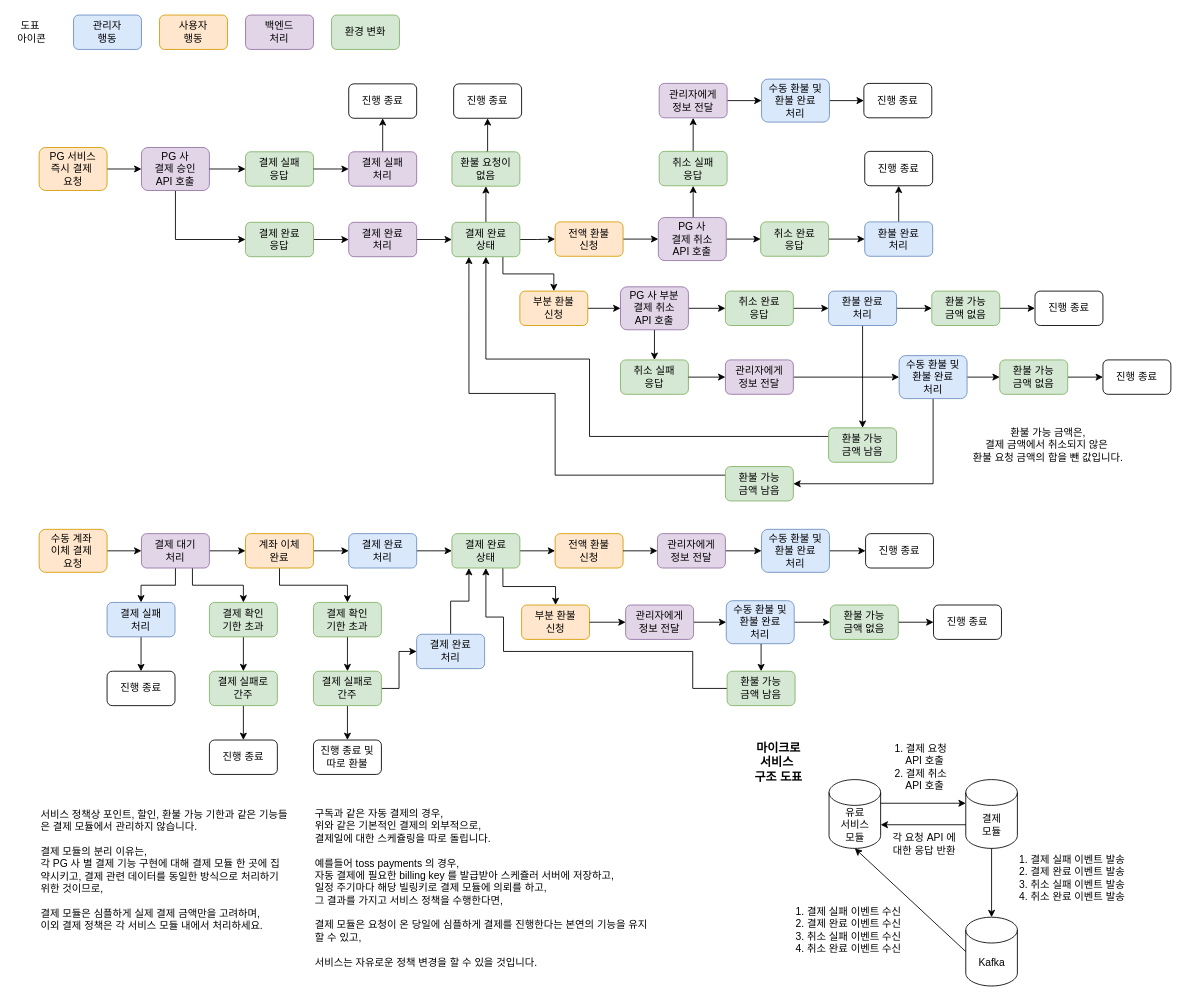
Earlier version of the draw.io diagram module-payment/external_files/blue_print/payment.drawio (RaillyLinker/Kotlin_SpringbootMvc_Template). Source tidied: cells renumbered, new cells numbered last; positions are measured from the earlier drawing's top-left corner, leaving out a move shared by most shapes. Both pictures are drawn from the tidied source at 86%, with x=0, y=0 at pixel (15, 15).
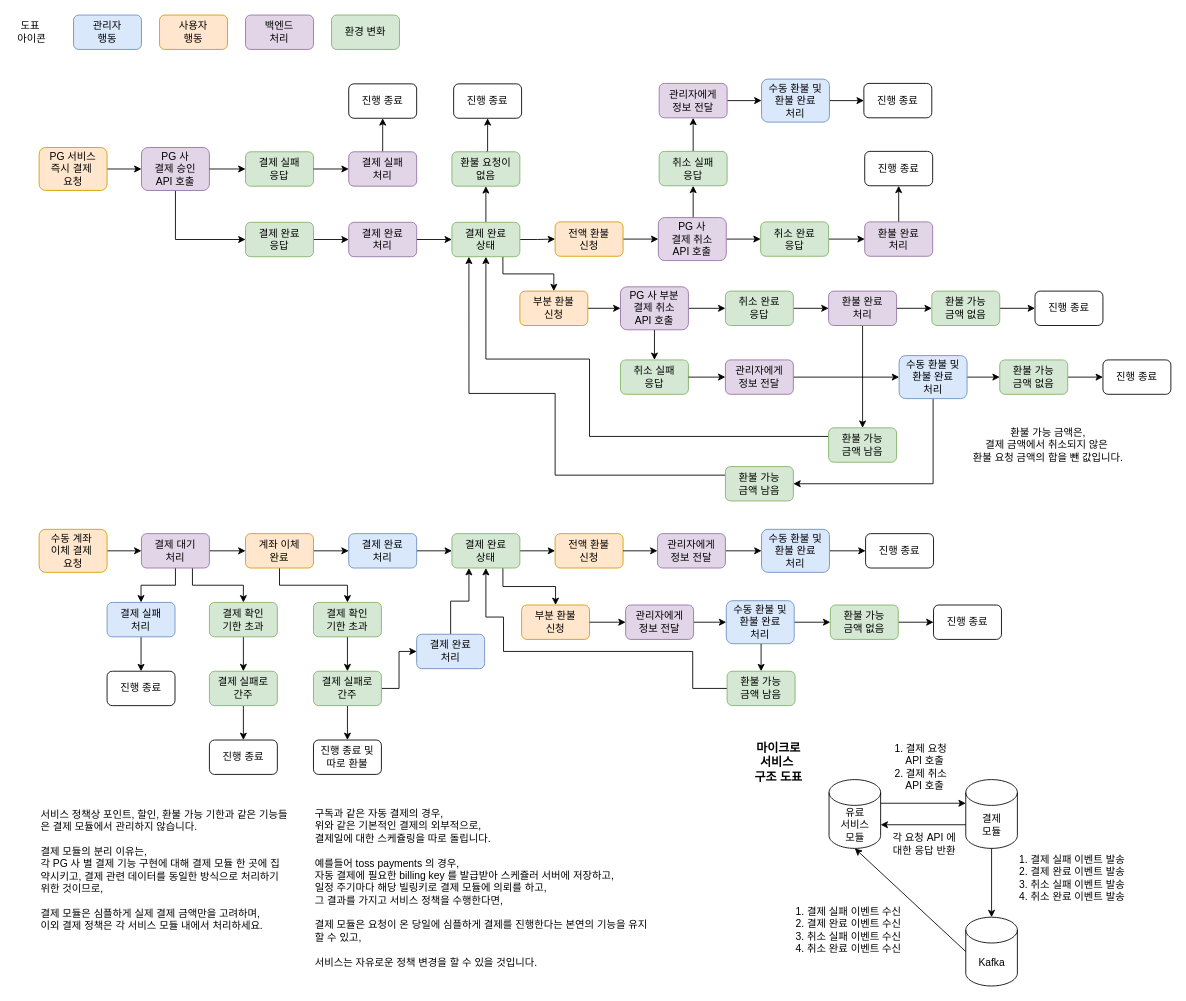
The same page after the edit.

The edit, as a diff of the source:
```diff
@@
-    <mxCell id="61" value="환불 완료&lt;div&gt;처리&lt;/div&gt;" style="rounded=1;whiteSpace=wrap;html=1;fillColor=#dae8fc;strokeColor=#6c8ebf;" parent="1" vertex="1">
+    <mxCell id="61" value="환불 완료&lt;div&gt;처리&lt;/div&gt;" style="rounded=1;whiteSpace=wrap;html=1;fillColor=#e1d5e7;strokeColor=#9673a6;" parent="1" vertex="1">
       <mxGeometry x="988" y="240.5" width="79" height="40" as="geometry" />
     </mxCell>
@@
-    <mxCell id="72" value="환불 완료&lt;div&gt;처리&lt;/div&gt;" style="rounded=1;whiteSpace=wrap;html=1;fillColor=#dae8fc;strokeColor=#6c8ebf;" parent="1" vertex="1">
+    <mxCell id="72" value="환불 완료&lt;div&gt;처리&lt;/div&gt;" style="rounded=1;whiteSpace=wrap;html=1;fillColor=#e1d5e7;strokeColor=#9673a6;" parent="1" vertex="1">
       <mxGeometry x="946" y="321" width="79" height="40" as="geometry" />
     </mxCell>
```
